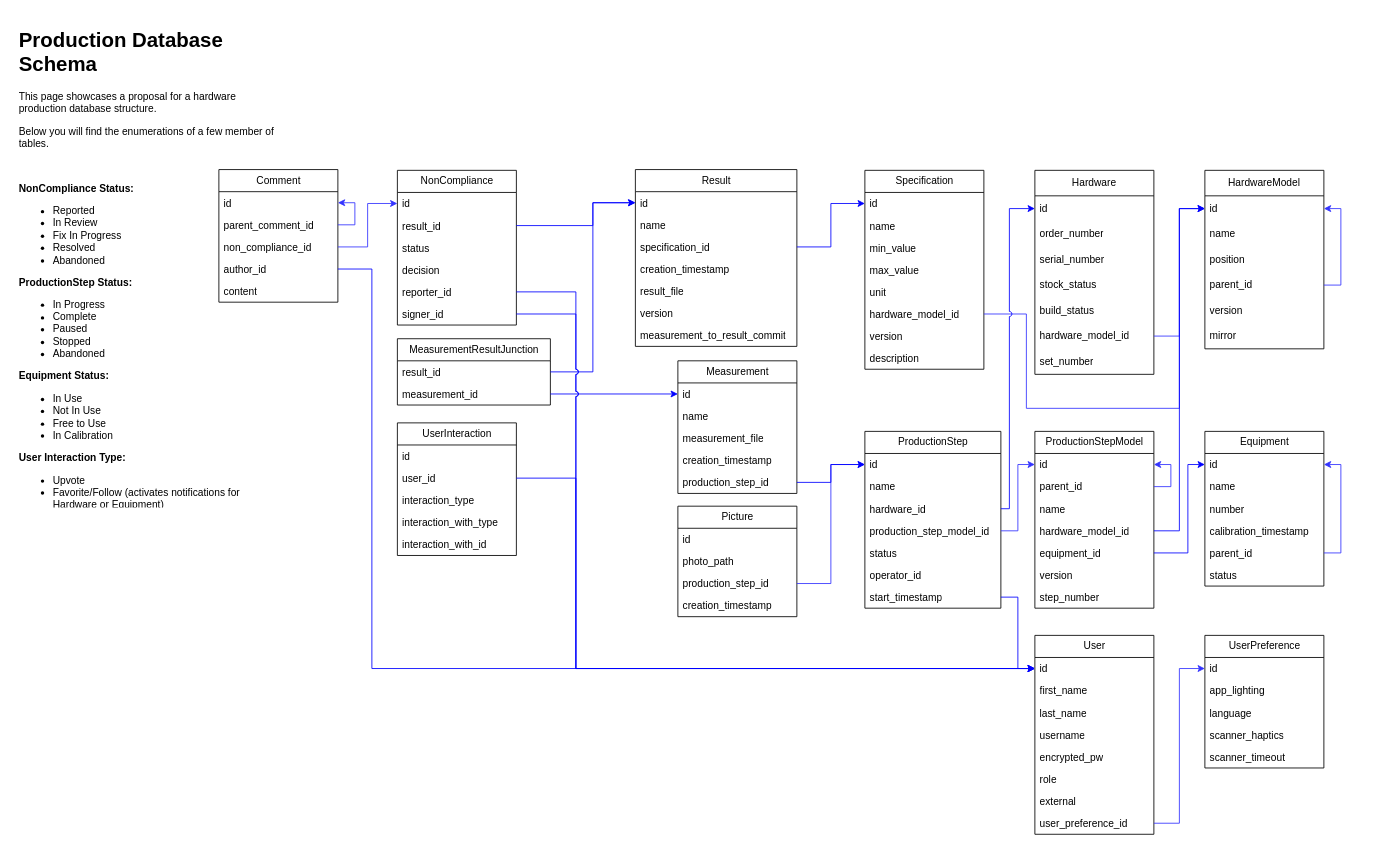
The draw.io diagram img/database_structure.drawio in johnhalz/app_db, before the edit. Source tidied: cells renumbered, new cells numbered last; positions are measured from the earlier drawing's top-left corner, leaving out a move shared by most shapes. Both pictures are drawn from the tidied source at 85%, with x=0, y=0 at pixel (14, 23).
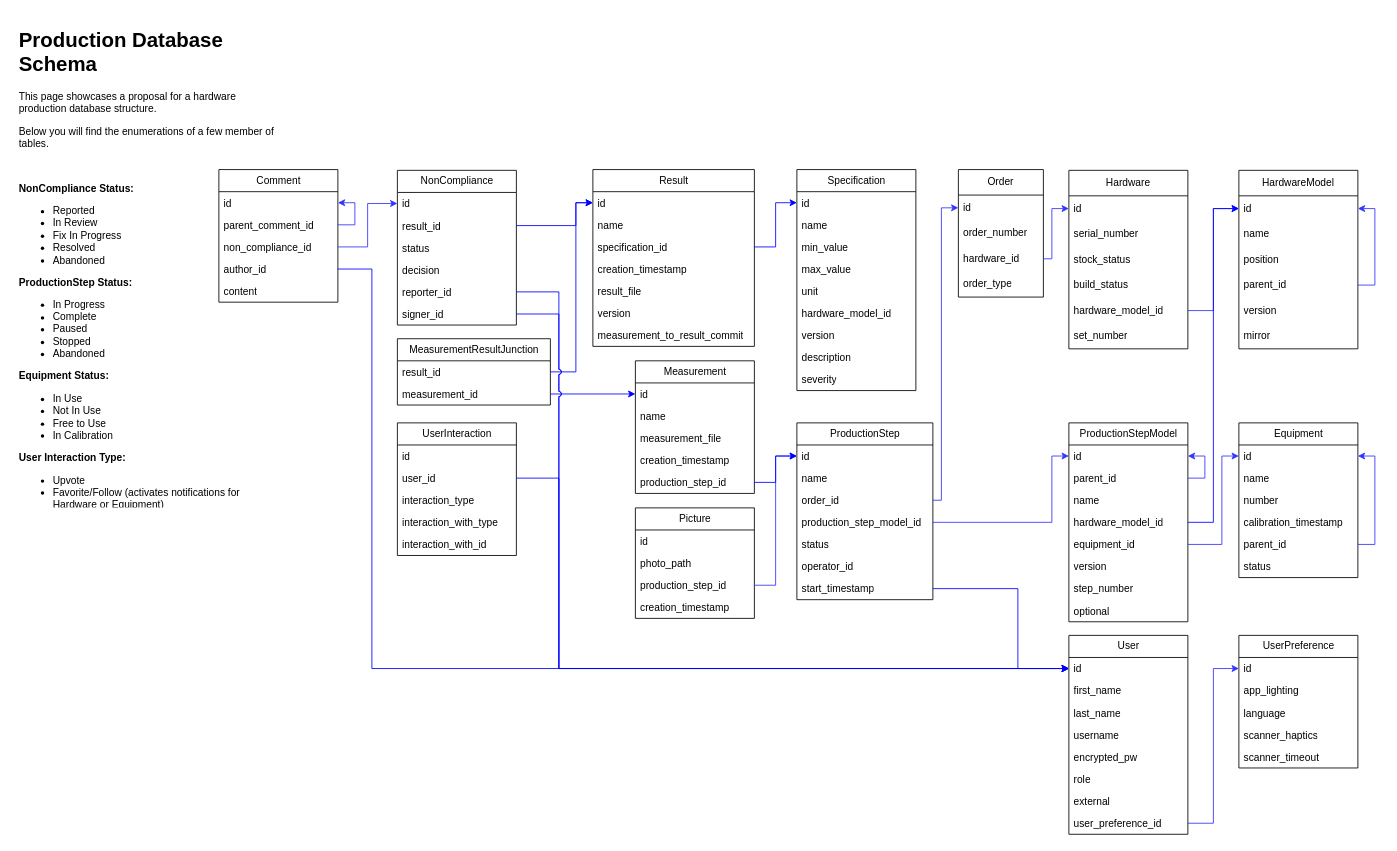
The same page after the edit.

Commit message (it also covers changes not shown here):
Update schema schematic

Unchanged cells that the change refers to:
```xml
<mxCell id="3" value="id" style="text;strokeColor=none;fillColor=none;align=left;verticalAlign=top;spacingLeft=4;spacingRight=4;overflow=hidden;points=[[0,0.5],[1,0.5]];portConstraint=eastwest;whiteSpace=wrap;html=1;" parent="2" vertex="1">
  <mxGeometry y="26" width="140" height="26" as="geometry" />
</mxCell>
<mxCell id="19" value="id" style="text;strokeColor=none;fillColor=none;align=left;verticalAlign=middle;spacingLeft=4;spacingRight=4;overflow=hidden;points=[[0,0.5],[1,0.5]];portConstraint=eastwest;whiteSpace=wrap;html=1;" parent="18" vertex="1">
  <mxGeometry y="30" width="140" height="30" as="geometry" />
</mxCell>
<mxCell id="27" value="id" style="text;strokeColor=none;fillColor=none;align=left;verticalAlign=middle;spacingLeft=4;spacingRight=4;overflow=hidden;points=[[0,0.5],[1,0.5]];portConstraint=eastwest;whiteSpace=wrap;html=1;" parent="26" vertex="1">
  <mxGeometry y="30" width="140" height="30" as="geometry" />
</mxCell>
<mxCell id="36" value="id" style="text;strokeColor=none;fillColor=none;align=left;verticalAlign=top;spacingLeft=4;spacingRight=4;overflow=hidden;points=[[0,0.5],[1,0.5]];portConstraint=eastwest;whiteSpace=wrap;html=1;" parent="35" vertex="1">
  <mxGeometry y="26" width="140" height="26" as="geometry" />
</mxCell>
<mxCell id="49" value="hardware_model_id" style="text;strokeColor=none;fillColor=none;align=left;verticalAlign=top;spacingLeft=4;spacingRight=4;overflow=hidden;points=[[0,0.5],[1,0.5]];portConstraint=eastwest;whiteSpace=wrap;html=1;" parent="43" vertex="1">
  <mxGeometry y="156" width="140" height="26" as="geometry" />
</mxCell>
<mxCell id="53" value="id" style="text;strokeColor=none;fillColor=none;align=left;verticalAlign=top;spacingLeft=4;spacingRight=4;overflow=hidden;points=[[0,0.5],[1,0.5]];portConstraint=eastwest;whiteSpace=wrap;html=1;" parent="52" vertex="1">
  <mxGeometry y="26" width="190" height="26" as="geometry" />
</mxCell>
<mxCell id="72" value="production_step_model_id" style="text;strokeColor=none;fillColor=none;align=left;verticalAlign=top;spacingLeft=4;spacingRight=4;overflow=hidden;points=[[0,0.5],[1,0.5]];portConstraint=eastwest;whiteSpace=wrap;html=1;" parent="68" vertex="1">
  <mxGeometry y="104" width="160" height="26" as="geometry" />
</mxCell>
<mxCell id="75" value="start_timestamp" style="text;strokeColor=none;fillColor=none;align=left;verticalAlign=top;spacingLeft=4;spacingRight=4;overflow=hidden;points=[[0,0.5],[1,0.5]];portConstraint=eastwest;whiteSpace=wrap;html=1;" parent="68" vertex="1">
  <mxGeometry y="182" width="160" height="26" as="geometry" />
</mxCell>
<mxCell id="77" value="id" style="text;strokeColor=none;fillColor=none;align=left;verticalAlign=top;spacingLeft=4;spacingRight=4;overflow=hidden;points=[[0,0.5],[1,0.5]];portConstraint=eastwest;whiteSpace=wrap;html=1;" parent="76" vertex="1">
  <mxGeometry y="26" width="140" height="26" as="geometry" />
</mxCell>
<mxCell id="81" value="hardware_model_id" style="text;strokeColor=none;fillColor=none;align=left;verticalAlign=top;spacingLeft=4;spacingRight=4;overflow=hidden;points=[[0,0.5],[1,0.5]];portConstraint=eastwest;whiteSpace=wrap;html=1;" parent="76" vertex="1">
  <mxGeometry y="104" width="140" height="26" as="geometry" />
</mxCell>
<mxCell id="82" value="equipment_id" style="text;strokeColor=none;fillColor=none;align=left;verticalAlign=top;spacingLeft=4;spacingRight=4;overflow=hidden;points=[[0,0.5],[1,0.5]];portConstraint=eastwest;whiteSpace=wrap;html=1;" parent="76" vertex="1">
  <mxGeometry y="130" width="140" height="26" as="geometry" />
</mxCell>
<mxCell id="87" value="result_id" style="text;strokeColor=none;fillColor=none;align=left;verticalAlign=top;spacingLeft=4;spacingRight=4;overflow=hidden;points=[[0,0.5],[1,0.5]];portConstraint=eastwest;whiteSpace=wrap;html=1;" parent="85" vertex="1">
  <mxGeometry y="52" width="140" height="26" as="geometry" />
</mxCell>
<mxCell id="90" value="reporter_id" style="text;strokeColor=none;fillColor=none;align=left;verticalAlign=top;spacingLeft=4;spacingRight=4;overflow=hidden;points=[[0,0.5],[1,0.5]];portConstraint=eastwest;whiteSpace=wrap;html=1;" parent="85" vertex="1">
  <mxGeometry y="130" width="140" height="26" as="geometry" />
</mxCell>
<mxCell id="91" value="signer_id" style="text;strokeColor=none;fillColor=none;align=left;verticalAlign=top;spacingLeft=4;spacingRight=4;overflow=hidden;points=[[0,0.5],[1,0.5]];portConstraint=eastwest;whiteSpace=wrap;html=1;" parent="85" vertex="1">
  <mxGeometry y="156" width="140" height="26" as="geometry" />
</mxCell>
<mxCell id="110" value="user_id" style="text;strokeColor=none;fillColor=none;align=left;verticalAlign=top;spacingLeft=4;spacingRight=4;overflow=hidden;points=[[0,0.5],[1,0.5]];portConstraint=eastwest;whiteSpace=wrap;html=1;" parent="108" vertex="1">
  <mxGeometry y="52" width="140" height="26" as="geometry" />
</mxCell>
<mxCell id="115" value="result_id" style="text;strokeColor=none;fillColor=none;align=left;verticalAlign=top;spacingLeft=4;spacingRight=4;overflow=hidden;points=[[0,0.5],[1,0.5]];portConstraint=eastwest;whiteSpace=wrap;html=1;" parent="114" vertex="1">
  <mxGeometry y="26" width="180" height="26" as="geometry" />
</mxCell>
```

The edit, as a diff of the source:
```diff
@@
     <mxCell id="2" value="User" style="swimlane;fontStyle=0;horizontal=1;startSize=26;fillColor=none;html=1;" parent="1" vertex="1">
-      <mxGeometry x="1200" y="720" width="140" height="234" as="geometry" />
+      <mxGeometry x="1240" y="720" width="140" height="234" as="geometry" />
     </mxCell>
@@
     <mxCell id="11" value="UserPreference" style="swimlane;fontStyle=0;horizontal=1;startSize=26;fillColor=none;html=1;" parent="1" vertex="1">
-      <mxGeometry x="1400" y="720" width="140" height="156" as="geometry" />
+      <mxGeometry x="1440" y="720" width="140" height="156" as="geometry" />
     </mxCell>
@@
     <mxCell id="18" value="HardwareModel" style="swimlane;fontStyle=0;horizontal=1;startSize=30;whiteSpace=wrap;html=1;" parent="1" vertex="1">
-      <mxGeometry x="1400" y="172.9" width="140" height="210" as="geometry" />
+      <mxGeometry x="1440" y="172.9" width="140" height="210" as="geometry" />
     </mxCell>
@@
     <mxCell id="26" value="Hardware" style="swimlane;fontStyle=0;horizontal=1;startSize=30;whiteSpace=wrap;html=1;" parent="1" vertex="1">
-      <mxGeometry x="1200" y="172.9" width="140" height="240" as="geometry" />
+      <mxGeometry x="1240" y="172.9" width="140" height="210" as="geometry" />
     </mxCell>
@@
-    <mxCell id="28" value="order_number" style="text;strokeColor=none;fillColor=none;align=left;verticalAlign=middle;spacingLeft=4;spacingRight=4;overflow=hidden;whiteSpace=wrap;html=1;" parent="26" vertex="1">
-      <mxGeometry y="60" width="140" height="30" as="geometry" />
-    </mxCell>
     <mxCell id="29" value="serial_number" style="text;strokeColor=none;fillColor=none;align=left;verticalAlign=middle;spacingLeft=4;spacingRight=4;overflow=hidden;whiteSpace=wrap;html=1;" parent="26" vertex="1">
-      <mxGeometry y="90" width="140" height="30" as="geometry" />
+      <mxGeometry y="60" width="140" height="30" as="geometry" />
     </mxCell>
     <mxCell id="30" value="stock_status" style="text;strokeColor=none;fillColor=none;align=left;verticalAlign=middle;spacingLeft=4;spacingRight=4;overflow=hidden;whiteSpace=wrap;html=1;" parent="26" vertex="1">
-      <mxGeometry y="120" width="140" height="30" as="geometry" />
+      <mxGeometry y="90" width="140" height="30" as="geometry" />
     </mxCell>
     <mxCell id="31" value="build_status" style="text;strokeColor=none;fillColor=none;align=left;verticalAlign=middle;spacingLeft=4;spacingRight=4;overflow=hidden;whiteSpace=wrap;html=1;" parent="26" vertex="1">
-      <mxGeometry y="150" width="140" height="30" as="geometry" />
+      <mxGeometry y="120" width="140" height="30" as="geometry" />
     </mxCell>
     <mxCell id="32" value="hardware_model_id" style="text;strokeColor=none;fillColor=none;align=left;verticalAlign=middle;spacingLeft=4;spacingRight=4;overflow=hidden;points=[[0,0.5],[1,0.5]];portConstraint=eastwest;whiteSpace=wrap;html=1;" parent="26" vertex="1">
-      <mxGeometry y="180" width="140" height="30" as="geometry" />
+      <mxGeometry y="150" width="140" height="30" as="geometry" />
     </mxCell>
     <mxCell id="33" value="set_number" style="text;strokeColor=none;fillColor=none;align=left;verticalAlign=middle;spacingLeft=4;spacingRight=4;overflow=hidden;whiteSpace=wrap;html=1;" parent="26" vertex="1">
-      <mxGeometry y="210" width="140" height="30" as="geometry" />
+      <mxGeometry y="180" width="140" height="30" as="geometry" />
     </mxCell>
@@
     <mxCell id="35" value="Equipment" style="swimlane;fontStyle=0;horizontal=1;startSize=26;fillColor=none;html=1;" parent="1" vertex="1">
-      <mxGeometry x="1400" y="480" width="140" height="182" as="geometry" />
+      <mxGeometry x="1440" y="470" width="140" height="182" as="geometry" />
     </mxCell>
@@
     <mxCell id="43" value="Specification" style="swimlane;fontStyle=0;horizontal=1;startSize=26;fillColor=none;html=1;" parent="1" vertex="1">
-      <mxGeometry x="1000" y="172.9" width="140" height="234" as="geometry" />
+      <mxGeometry x="920" y="172" width="140" height="260" as="geometry" />
     </mxCell>
@@
+    <mxCell id="130" value="severity" style="text;strokeColor=none;fillColor=none;align=left;verticalAlign=top;spacingLeft=4;spacingRight=4;overflow=hidden;whiteSpace=wrap;html=1;" parent="43" vertex="1">
+      <mxGeometry y="234" width="140" height="26" as="geometry" />
+    </mxCell>
     <mxCell id="52" value="Result" style="swimlane;fontStyle=0;horizontal=1;startSize=26;fillColor=none;html=1;" parent="1" vertex="1">
-      <mxGeometry x="730" y="172" width="190" height="208" as="geometry" />
+      <mxGeometry x="680" y="172" width="190" height="208" as="geometry" />
     </mxCell>
@@
-    <mxCell id="61" style="edgeStyle=orthogonalEdgeStyle;rounded=0;jettySize=auto;html=1;entryX=0;entryY=0.5;entryDx=0;entryDy=0;strokeColor=#3333FF;" parent="1" edge="1" source="49" target="19">
-      <mxGeometry relative="1" as="geometry">
-        <Array as="points">
-          <mxPoint x="1190" y="341.9" />
-          <mxPoint x="1190" y="452.9" />
-          <mxPoint x="1370" y="452.9" />
-          <mxPoint x="1370" y="217.9" />
-        </Array>
-      </mxGeometry>
-    </mxCell>
     <mxCell id="62" value="Measurement" style="swimlane;fontStyle=0;horizontal=1;startSize=26;fillColor=none;html=1;" parent="1" vertex="1">
-      <mxGeometry x="780" y="397" width="140" height="156" as="geometry" />
+      <mxGeometry x="730" y="397" width="140" height="156" as="geometry" />
     </mxCell>
@@
     <mxCell id="68" value="ProductionStep" style="swimlane;fontStyle=0;horizontal=1;startSize=26;fillColor=none;html=1;" parent="1" vertex="1">
-      <mxGeometry x="1000" y="480" width="160" height="208" as="geometry" />
+      <mxGeometry x="920" y="470" width="160" height="208" as="geometry" />
     </mxCell>
@@
-    <mxCell id="71" value="hardware_id" style="text;strokeColor=none;fillColor=none;align=left;verticalAlign=top;spacingLeft=4;spacingRight=4;overflow=hidden;points=[[0,0.5],[1,0.5]];portConstraint=eastwest;whiteSpace=wrap;html=1;" parent="68" vertex="1">
+    <mxCell id="71" value="order_id" style="text;strokeColor=none;fillColor=none;align=left;verticalAlign=top;spacingLeft=4;spacingRight=4;overflow=hidden;points=[[0,0.5],[1,0.5]];portConstraint=eastwest;whiteSpace=wrap;html=1;" parent="68" vertex="1">
       <mxGeometry y="78" width="160" height="26" as="geometry" />
     </mxCell>
@@
     <mxCell id="76" value="ProductionStepModel" style="swimlane;fontStyle=0;horizontal=1;startSize=26;fillColor=none;html=1;" parent="1" vertex="1">
-      <mxGeometry x="1200" y="480" width="140" height="208" as="geometry" />
+      <mxGeometry x="1240" y="470" width="140" height="234" as="geometry" />
     </mxCell>
@@
+    <mxCell id="131" value="optional" style="text;strokeColor=none;fillColor=none;align=left;verticalAlign=top;spacingLeft=4;spacingRight=4;overflow=hidden;whiteSpace=wrap;html=1;" parent="76" vertex="1">
+      <mxGeometry y="208" width="140" height="26" as="geometry" />
+    </mxCell>
@@
     <mxCell id="101" value="Picture" style="swimlane;fontStyle=0;horizontal=1;startSize=26;fillColor=none;html=1;" parent="1" vertex="1">
-      <mxGeometry x="780" y="568" width="140" height="130" as="geometry" />
+      <mxGeometry x="730" y="570" width="140" height="130" as="geometry" />
     </mxCell>
@@
-    <mxCell id="106" style="edgeStyle=orthogonalEdgeStyle;rounded=0;jumpStyle=arc;jettySize=auto;html=1;entryX=0;entryY=0.5;entryDx=0;entryDy=0;strokeColor=#3333FF;" parent="1" edge="1" source="72" target="77">
-      <mxGeometry relative="1" as="geometry">
-        <Array as="points">
-          <mxPoint x="1180" y="597" />
-          <mxPoint x="1180" y="519" />
-        </Array>
-      </mxGeometry>
-    </mxCell>
@@
     <mxCell id="119" style="edgeStyle=orthogonalEdgeStyle;rounded=0;jettySize=auto;html=1;entryX=0;entryY=0.5;entryDx=0;entryDy=0;strokeColor=#0000FF;jumpStyle=arc;" parent="1" edge="1" source="115" target="53">
-      <mxGeometry relative="1" as="geometry" />
+      <mxGeometry relative="1" as="geometry">
+        <Array as="points">
+          <mxPoint x="660" y="410" />
+          <mxPoint x="660" y="211" />
+        </Array>
+      </mxGeometry>
     </mxCell>
@@
     <mxCell id="121" style="edgeStyle=orthogonalEdgeStyle;rounded=0;jettySize=auto;html=1;entryX=0;entryY=0.5;entryDx=0;entryDy=0;strokeColor=#0000FF;" parent="1" edge="1" source="87" target="53">
       <mxGeometry relative="1" as="geometry">
         <Array as="points">
-          <mxPoint x="680" y="238" />
-          <mxPoint x="680" y="211" />
+          <mxPoint x="660" y="238" />
+          <mxPoint x="660" y="211" />
         </Array>
       </mxGeometry>
     </mxCell>
-    <mxCell id="122" style="edgeStyle=orthogonalEdgeStyle;rounded=0;jettySize=auto;html=1;entryX=0;entryY=0.5;entryDx=0;entryDy=0;strokeColor=#0000FF;jumpStyle=arc;" parent="1" edge="1" source="71" target="27">
-      <mxGeometry relative="1" as="geometry">
-        <Array as="points">
-          <mxPoint x="1170" y="571" />
-          <mxPoint x="1170" y="218" />
-        </Array>
-      </mxGeometry>
-    </mxCell>
-    <mxCell id="123" style="edgeStyle=orthogonalEdgeStyle;rounded=0;jettySize=auto;html=1;entryX=0;entryY=0.5;entryDx=0;entryDy=0;strokeColor=#0000FF;" parent="1" edge="1" source="82" target="36">
-      <mxGeometry relative="1" as="geometry">
-        <Array as="points">
-          <mxPoint x="1380" y="623" />
-          <mxPoint x="1380" y="519" />
-        </Array>
-      </mxGeometry>
-    </mxCell>
     <mxCell id="124" style="edgeStyle=orthogonalEdgeStyle;rounded=0;jettySize=auto;html=1;entryX=0;entryY=0.5;entryDx=0;entryDy=0;strokeColor=#0000FF;" parent="1" edge="1" source="81" target="19">
-      <mxGeometry relative="1" as="geometry" />
+      <mxGeometry relative="1" as="geometry">
+        <Array as="points">
+          <mxPoint x="1410" y="587" />
+          <mxPoint x="1410" y="218" />
+        </Array>
+      </mxGeometry>
     </mxCell>
     <mxCell id="125" style="edgeStyle=orthogonalEdgeStyle;rounded=0;jettySize=auto;html=1;entryX=0;entryY=0.5;entryDx=0;entryDy=0;jumpStyle=arc;strokeColor=#0000FF;" parent="1" edge="1" source="90" target="3">
       <mxGeometry relative="1" as="geometry">
         <Array as="points">
-          <mxPoint x="660" y="316" />
-          <mxPoint x="660" y="759" />
+          <mxPoint x="640" y="316" />
+          <mxPoint x="640" y="759" />
         </Array>
       </mxGeometry>
     </mxCell>
     <mxCell id="126" style="edgeStyle=orthogonalEdgeStyle;rounded=0;jettySize=auto;html=1;entryX=0;entryY=0.5;entryDx=0;entryDy=0;jumpStyle=arc;strokeColor=#0000FF;" parent="1" edge="1" source="91" target="3">
       <mxGeometry relative="1" as="geometry">
         <Array as="points">
-          <mxPoint x="660" y="342" />
-          <mxPoint x="660" y="759" />
+          <mxPoint x="640" y="342" />
+          <mxPoint x="640" y="759" />
         </Array>
       </mxGeometry>
     </mxCell>
     <mxCell id="127" style="edgeStyle=orthogonalEdgeStyle;rounded=0;jettySize=auto;html=1;entryX=0;entryY=0.5;entryDx=0;entryDy=0;strokeColor=#0000FF;" parent="1" edge="1" source="110" target="3">
       <mxGeometry relative="1" as="geometry">
         <Array as="points">
-          <mxPoint x="660" y="535" />
-          <mxPoint x="660" y="759" />
+          <mxPoint x="640" y="535" />
+          <mxPoint x="640" y="759" />
         </Array>
       </mxGeometry>
     </mxCell>
@@
     <mxCell id="129" style="edgeStyle=orthogonalEdgeStyle;rounded=0;jettySize=auto;html=1;entryX=0;entryY=0.5;entryDx=0;entryDy=0;strokeColor=#0000FF;" parent="1" edge="1" source="75" target="3">
-      <mxGeometry relative="1" as="geometry" />
+      <mxGeometry relative="1" as="geometry">
+        <Array as="points">
+          <mxPoint x="1180" y="665" />
+          <mxPoint x="1180" y="759" />
+        </Array>
+      </mxGeometry>
     </mxCell>
+    <mxCell id="123" style="edgeStyle=orthogonalEdgeStyle;rounded=0;jettySize=auto;html=1;entryX=0;entryY=0.5;entryDx=0;entryDy=0;strokeColor=#3333FF;" parent="1" edge="1" source="82" target="36">
+      <mxGeometry relative="1" as="geometry">
+        <Array as="points">
+          <mxPoint x="1420" y="613" />
+          <mxPoint x="1420" y="509" />
+        </Array>
+      </mxGeometry>
+    </mxCell>
+    <mxCell id="106" style="edgeStyle=orthogonalEdgeStyle;rounded=0;jettySize=auto;html=1;entryX=0;entryY=0.5;entryDx=0;entryDy=0;strokeColor=#3333FF;" parent="1" edge="1" source="72" target="77">
+      <mxGeometry relative="1" as="geometry">
+        <Array as="points">
+          <mxPoint x="1220" y="587" />
+          <mxPoint x="1220" y="509" />
+        </Array>
+      </mxGeometry>
+    </mxCell>
+    <mxCell id="132" value="Order" style="swimlane;fontStyle=0;horizontal=1;startSize=30;whiteSpace=wrap;html=1;" parent="1" vertex="1">
+      <mxGeometry x="1110" y="172" width="100" height="150" as="geometry" />
+    </mxCell>
+    <mxCell id="133" value="id" style="text;strokeColor=none;fillColor=none;align=left;verticalAlign=middle;spacingLeft=4;spacingRight=4;overflow=hidden;points=[[0,0.5],[1,0.5]];portConstraint=eastwest;whiteSpace=wrap;html=1;" parent="132" vertex="1">
+      <mxGeometry y="30" width="100" height="30" as="geometry" />
+    </mxCell>
+    <mxCell id="28" value="order_number" style="text;strokeColor=none;fillColor=none;align=left;verticalAlign=middle;spacingLeft=4;spacingRight=4;overflow=hidden;whiteSpace=wrap;html=1;" parent="132" vertex="1">
+      <mxGeometry y="60" width="100" height="30" as="geometry" />
+    </mxCell>
+    <mxCell id="134" value="hardware_id" style="text;strokeColor=none;fillColor=none;align=left;verticalAlign=middle;spacingLeft=4;spacingRight=4;overflow=hidden;points=[[0,0.5],[1,0.5]];portConstraint=eastwest;whiteSpace=wrap;html=1;" parent="132" vertex="1">
+      <mxGeometry y="90" width="100" height="30" as="geometry" />
+    </mxCell>
+    <mxCell id="135" value="order_type" style="text;strokeColor=none;fillColor=none;align=left;verticalAlign=middle;spacingLeft=4;spacingRight=4;overflow=hidden;whiteSpace=wrap;html=1;" parent="132" vertex="1">
+      <mxGeometry y="120" width="100" height="30" as="geometry" />
+    </mxCell>
+    <mxCell id="136" style="edgeStyle=orthogonalEdgeStyle;rounded=0;jettySize=auto;html=1;entryX=0;entryY=0.5;entryDx=0;entryDy=0;strokeColor=#3333FF;" parent="1" edge="1" source="71" target="133">
+      <mxGeometry relative="1" as="geometry">
+        <Array as="points">
+          <mxPoint x="1090" y="561" />
+          <mxPoint x="1090" y="217" />
+        </Array>
+      </mxGeometry>
+    </mxCell>
+    <mxCell id="137" style="edgeStyle=orthogonalEdgeStyle;rounded=0;jettySize=auto;html=1;entryX=0;entryY=0.5;entryDx=0;entryDy=0;strokeColor=#3333FF;" parent="1" edge="1" source="134" target="27">
+      <mxGeometry relative="1" as="geometry">
+        <Array as="points">
+          <mxPoint x="1220" y="277" />
+          <mxPoint x="1220" y="218" />
+        </Array>
+      </mxGeometry>
+    </mxCell>
```
